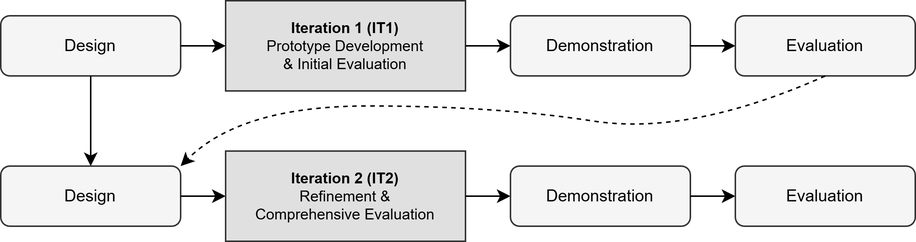
The draw.io diagram figures/research-methodology-iterations.png in andygruber/master-thesis-mcce, before a commit. Source tidied: cells renumbered, new cells last; positions are measured from the earlier drawing's top-left corner, leaving out a move shared by most shapes.
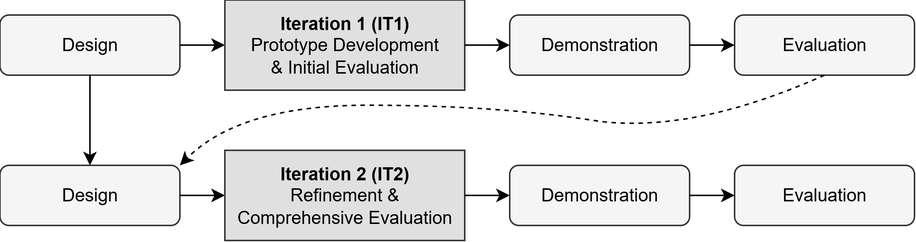
After the commit.

Change to the diagram source:
```diff
@@ -2,51 +2,51 @@
   <root>
     <mxCell id="0" />
     <mxCell id="1" parent="0" />
-    <mxCell id="2" value="Design" style="rounded=1;whiteSpace=wrap;html=1;fontSize=11;fillColor=#f5f5f5;strokeColor=#333333;fontColor=#000000;" parent="1" vertex="1">
+    <mxCell id="2" value="Design" style="rounded=1;whiteSpace=wrap;html=1;fontSize=12;fillColor=#f5f5f5;strokeColor=#333333;fontColor=#000000;" parent="1" vertex="1">
       <mxGeometry y="10" width="120" height="40" as="geometry" />
     </mxCell>
     <mxCell id="3" style="endArrow=classic;html=1;exitX=1;exitY=0.5;entryX=0;entryY=0.5;strokeColor=#000000;exitDx=0;exitDy=0;entryDx=0;entryDy=0;" parent="1" edge="1" source="2" target="4">
       <mxGeometry relative="1" as="geometry" />
     </mxCell>
-    <mxCell id="4" value="&lt;b&gt;Iteration 1 (IT1)&lt;/b&gt;&lt;br&gt;Prototype Development&lt;br&gt;&amp;amp; Initial Evaluation" style="rounded=0;whiteSpace=wrap;html=1;fontSize=10;fillColor=#e0e0e0;strokeColor=#333333;fontColor=#000000;" parent="1" vertex="1">
+    <mxCell id="4" value="&lt;b&gt;Iteration 1 (IT1)&lt;/b&gt;&lt;br&gt;Prototype Development&lt;br&gt;&amp;amp; Initial Evaluation" style="rounded=0;whiteSpace=wrap;html=1;fontSize=12;fillColor=#e0e0e0;strokeColor=#333333;fontColor=#000000;" parent="1" vertex="1">
       <mxGeometry x="150" width="160" height="60" as="geometry" />
     </mxCell>
     <mxCell id="5" style="endArrow=classic;html=1;exitX=1;exitY=0.5;entryX=0;entryY=0.5;strokeColor=#000000;entryDx=0;entryDy=0;exitDx=0;exitDy=0;" parent="1" edge="1" source="4" target="6">
       <mxGeometry relative="1" as="geometry" />
     </mxCell>
-    <mxCell id="6" value="Demonstration" style="rounded=1;whiteSpace=wrap;html=1;fontSize=11;fillColor=#f5f5f5;strokeColor=#333333;fontColor=#000000;" parent="1" vertex="1">
+    <mxCell id="6" value="Demonstration" style="rounded=1;whiteSpace=wrap;html=1;fontSize=12;fillColor=#f5f5f5;strokeColor=#333333;fontColor=#000000;" parent="1" vertex="1">
       <mxGeometry x="340" y="10" width="120" height="40" as="geometry" />
     </mxCell>
-    <mxCell id="7" style="endArrow=classic;html=1;exitX=1;exitY=0.5;entryX=0;entryY=0.5;strokeColor=#000000;exitDx=0;exitDy=0;entryDx=0;entryDy=0;" parent="1" edge="1" source="6" target="8">
+    <mxCell id="7" style="endArrow=classic;html=1;exitX=1;exitY=0.5;entryX=0;entryY=0.5;strokeColor=#000000;exitDx=0;exitDy=0;entryDx=0;entryDy=0;fontSize=12;" parent="1" edge="1" source="6" target="8">
       <mxGeometry relative="1" as="geometry" />
     </mxCell>
-    <mxCell id="8" value="Evaluation" style="rounded=1;whiteSpace=wrap;html=1;fontSize=11;fillColor=#f5f5f5;strokeColor=#333333;fontColor=#000000;" parent="1" vertex="1">
+    <mxCell id="8" value="Evaluation" style="rounded=1;whiteSpace=wrap;html=1;fontSize=12;fillColor=#f5f5f5;strokeColor=#333333;fontColor=#000000;" parent="1" vertex="1">
       <mxGeometry x="490" y="10" width="120" height="40" as="geometry" />
     </mxCell>
     <mxCell id="9" style="endArrow=classic;html=1;exitX=0.5;exitY=1;entryX=0.5;entryY=0;strokeColor=#000000;exitDx=0;exitDy=0;entryDx=0;entryDy=0;" parent="1" edge="1" source="2" target="10">
       <mxGeometry relative="1" as="geometry" />
     </mxCell>
-    <mxCell id="10" value="Design" style="rounded=1;whiteSpace=wrap;html=1;fontSize=11;fillColor=#f5f5f5;strokeColor=#333333;fontColor=#000000;" parent="1" vertex="1">
+    <mxCell id="10" value="Design" style="rounded=1;whiteSpace=wrap;html=1;fontSize=12;fillColor=#f5f5f5;strokeColor=#333333;fontColor=#000000;" parent="1" vertex="1">
       <mxGeometry y="110" width="120" height="40" as="geometry" />
     </mxCell>
     <mxCell id="11" style="endArrow=classic;html=1;exitX=1;exitY=0.5;entryX=0;entryY=0.5;strokeColor=#000000;exitDx=0;exitDy=0;entryDx=0;entryDy=0;" parent="1" edge="1" source="10" target="12">
       <mxGeometry relative="1" as="geometry" />
     </mxCell>
-    <mxCell id="12" value="&lt;b&gt;Iteration 2 (IT2)&lt;/b&gt;&lt;br&gt;Refinement &amp;amp;&lt;br&gt;Comprehensive Evaluation" style="rounded=0;whiteSpace=wrap;html=1;fontSize=10;fillColor=#e0e0e0;strokeColor=#333333;fontColor=#000000;" parent="1" vertex="1">
+    <mxCell id="12" value="&lt;b&gt;Iteration 2 (IT2)&lt;/b&gt;&lt;br&gt;Refinement &amp;amp;&lt;br&gt;Comprehensive Evaluation" style="rounded=0;whiteSpace=wrap;html=1;fontSize=12;fillColor=#e0e0e0;strokeColor=#333333;fontColor=#000000;" parent="1" vertex="1">
       <mxGeometry x="150" y="100" width="160" height="60" as="geometry" />
     </mxCell>
     <mxCell id="13" style="endArrow=classic;html=1;exitX=1;exitY=0.5;entryX=0;entryY=0.5;strokeColor=#000000;exitDx=0;exitDy=0;entryDx=0;entryDy=0;" parent="1" edge="1" source="12" target="14">
       <mxGeometry relative="1" as="geometry" />
     </mxCell>
-    <mxCell id="14" value="Demonstration" style="rounded=1;whiteSpace=wrap;html=1;fontSize=11;fillColor=#f5f5f5;strokeColor=#333333;fontColor=#000000;" parent="1" vertex="1">
+    <mxCell id="14" value="Demonstration" style="rounded=1;whiteSpace=wrap;html=1;fontSize=12;fillColor=#f5f5f5;strokeColor=#333333;fontColor=#000000;" parent="1" vertex="1">
       <mxGeometry x="340" y="110" width="120" height="40" as="geometry" />
     </mxCell>
-    <mxCell id="15" style="endArrow=classic;html=1;entryX=0;entryY=0.5;strokeColor=#000000;entryDx=0;entryDy=0;" parent="1" edge="1" target="16">
+    <mxCell id="15" style="endArrow=classic;html=1;entryX=0;entryY=0.5;strokeColor=#000000;entryDx=0;entryDy=0;fontSize=12;" parent="1" edge="1" target="16">
       <mxGeometry relative="1" as="geometry">
         <mxPoint x="460" y="130" as="sourcePoint" />
       </mxGeometry>
     </mxCell>
-    <mxCell id="16" value="Evaluation" style="rounded=1;whiteSpace=wrap;html=1;fontSize=11;fillColor=#f5f5f5;strokeColor=#333333;fontColor=#000000;" parent="1" vertex="1">
+    <mxCell id="16" value="Evaluation" style="rounded=1;whiteSpace=wrap;html=1;fontSize=12;fillColor=#f5f5f5;strokeColor=#333333;fontColor=#000000;" parent="1" vertex="1">
       <mxGeometry x="490" y="110" width="120" height="40" as="geometry" />
     </mxCell>
     <mxCell id="17" style="endArrow=classic;html=1;dashed=1;exitX=0.5;exitY=1;entryX=1;entryY=0;curved=1;strokeColor=#000000;exitDx=0;exitDy=0;entryDx=0;entryDy=0;" parent="1" edge="1" source="8" target="10">
```
